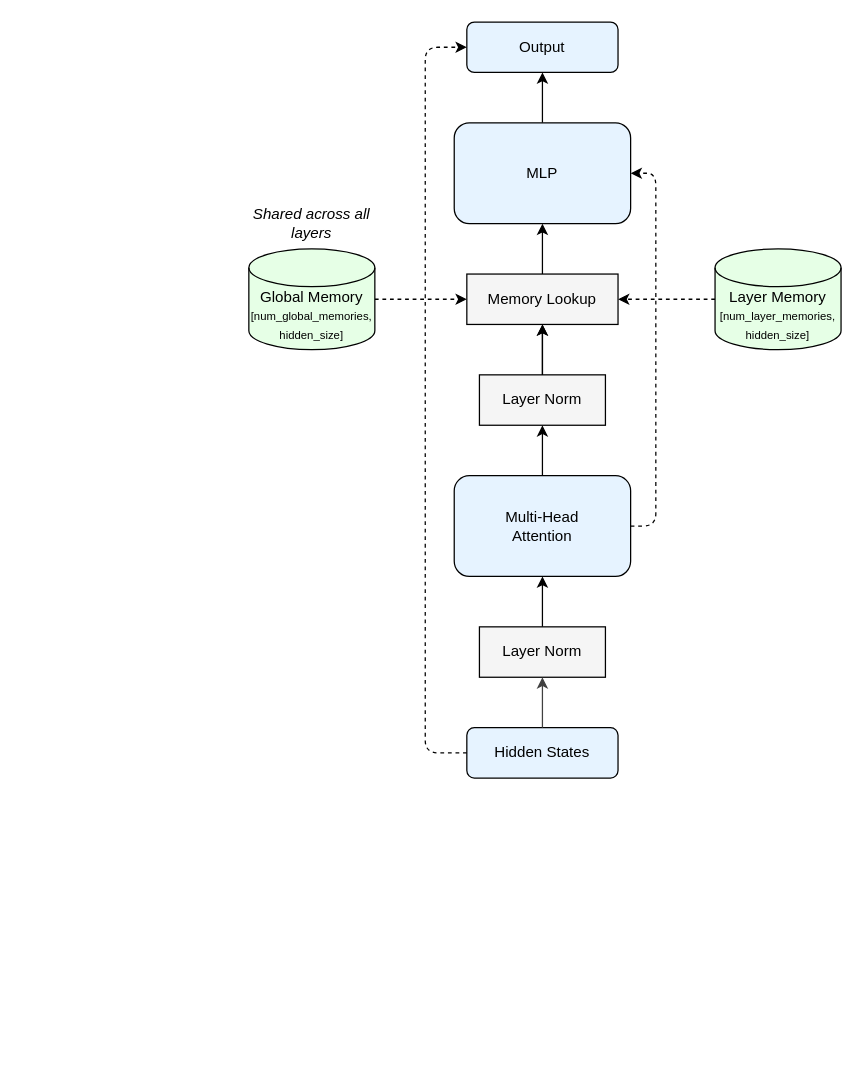
The draw.io diagram Memory Module Integration Diagram.drawio in nomadicsynth/neon-transformer, before the edit. Source tidied: cells renumbered, new cells numbered last; positions are measured from the earlier drawing's top-left corner, leaving out a move shared by most shapes. Both pictures are drawn from the tidied source at 126%, with x=0, y=0 at pixel (248, 21).
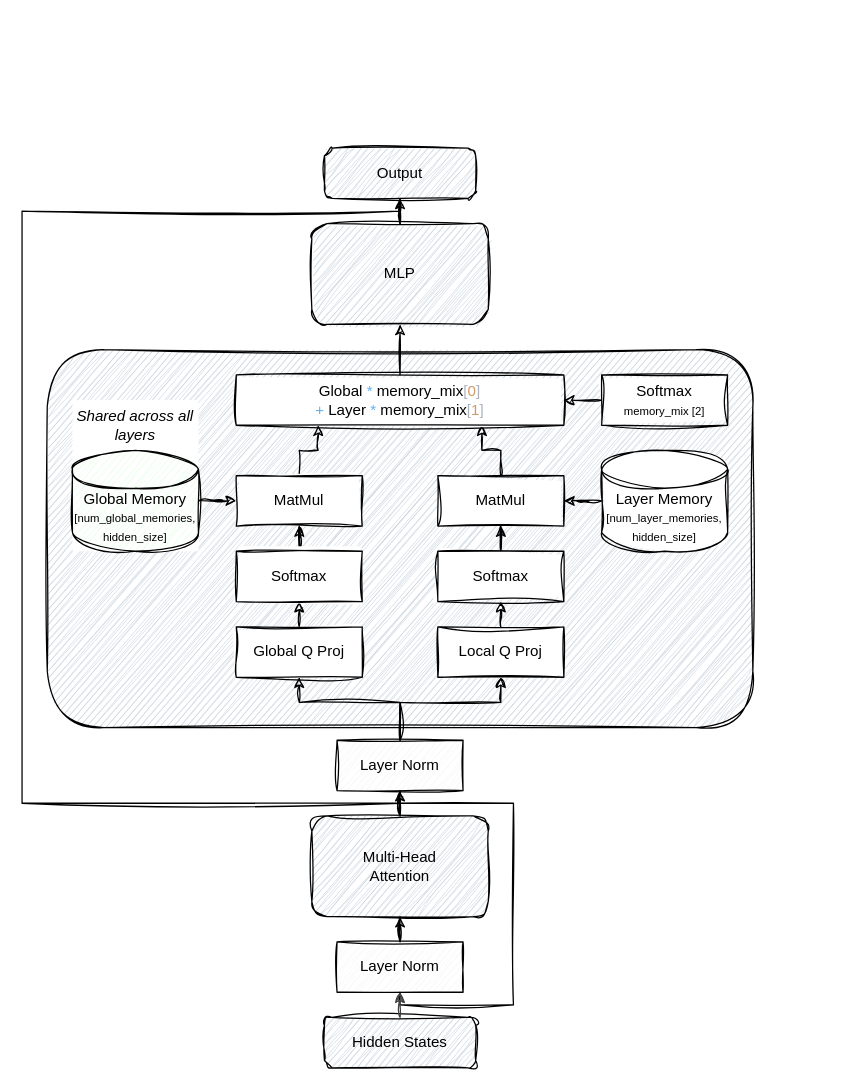
The same diagram, later.

The edit, as a diff of the source:
```diff
@@
+    <mxCell id="24" style="rounded=1;whiteSpace=wrap;html=1;sketch=1;hachureGap=4;jiggle=2;curveFitting=1;fontFamily=Helvetica;shadow=0;glass=0;strokeColor=#000000;align=center;verticalAlign=middle;fontSize=12;fontColor=default;fillColor=#C6D1DB;" parent="1" vertex="1">
+      <mxGeometry x="-160" y="260" width="560" height="300" as="geometry" />
+    </mxCell>
-    <mxCell id="2" value="Hidden States" style="rounded=1;whiteSpace=wrap;html=1;fillColor=#E6F3FF;strokeColor=#000000;" parent="1" vertex="1">
-      <mxGeometry x="173" y="560" width="120" height="40" as="geometry" />
+    <mxCell id="2" value="Hidden States" style="rounded=1;whiteSpace=wrap;html=1;fillColor=#C6D1DB;strokeColor=#000000;sketch=1;curveFitting=1;jiggle=2;shadow=0;glass=0;align=center;verticalAlign=middle;fontFamily=Helvetica;fontSize=12;fontColor=default;" parent="1" vertex="1">
+      <mxGeometry x="60" y="790" width="120" height="40" as="geometry" />
     </mxCell>
-    <mxCell id="3" style="edgeStyle=orthogonalEdgeStyle;rounded=0;jettySize=auto;html=1;" parent="1" edge="1" source="4" target="6">
+    <mxCell id="3" style="edgeStyle=orthogonalEdgeStyle;rounded=0;jettySize=auto;html=1;sketch=1;curveFitting=1;jiggle=2;" parent="1" edge="1" source="4" target="6">
       <mxGeometry relative="1" as="geometry" />
     </mxCell>
+    <mxCell id="25" style="edgeStyle=orthogonalEdgeStyle;rounded=0;jettySize=auto;html=1;exitX=0.5;exitY=1;exitDx=0;exitDy=0;entryX=0.5;entryY=0;entryDx=0;entryDy=0;strokeColor=default;align=center;verticalAlign=middle;fontFamily=Helvetica;fontSize=11;fontColor=default;labelBackgroundColor=default;endArrow=none;endFill=0;sketch=1;curveFitting=1;jiggle=2;curved=0;" parent="1" edge="1" source="4" target="6">
+      <mxGeometry relative="1" as="geometry">
+        <Array as="points">
+          <mxPoint x="120" y="780" />
+          <mxPoint x="210" y="780" />
+          <mxPoint x="210" y="620" />
+          <mxPoint x="120" y="620" />
+        </Array>
+      </mxGeometry>
+    </mxCell>
-    <mxCell id="4" value="Layer Norm" style="rounded=0;whiteSpace=wrap;html=1;fillColor=#F5F5F5;strokeColor=#000000;align=center;verticalAlign=middle;fontFamily=Helvetica;fontSize=12;fontColor=default;" parent="1" vertex="1">
-      <mxGeometry x="183" y="480" width="100" height="40" as="geometry" />
+    <mxCell id="4" value="Layer Norm" style="rounded=0;whiteSpace=wrap;html=1;fillColor=#F5F5F5;strokeColor=#000000;align=center;verticalAlign=middle;fontFamily=Helvetica;fontSize=12;fontColor=default;sketch=1;curveFitting=1;jiggle=2;" parent="1" vertex="1">
+      <mxGeometry x="70" y="730" width="100" height="40" as="geometry" />
     </mxCell>
-    <mxCell id="5" style="edgeStyle=orthogonalEdgeStyle;rounded=0;jettySize=auto;html=1;entryX=0.5;entryY=1;entryDx=0;entryDy=0;" parent="1" edge="1" source="6" target="10">
+    <mxCell id="5" style="edgeStyle=orthogonalEdgeStyle;rounded=0;jettySize=auto;html=1;entryX=0.5;entryY=1;entryDx=0;entryDy=0;sketch=1;curveFitting=1;jiggle=2;" parent="1" edge="1" source="6" target="10">
       <mxGeometry relative="1" as="geometry" />
     </mxCell>
-    <mxCell id="6" value="Multi-Head&#10;Attention" style="rounded=1;whiteSpace=wrap;html=1;fillColor=#E6F3FF;strokeColor=#000000;" parent="1" vertex="1">
-      <mxGeometry x="163" y="360" width="140" height="80" as="geometry" />
+    <mxCell id="6" value="Multi-Head&#10;Attention" style="rounded=1;whiteSpace=wrap;html=1;fillColor=#C6D1DB;strokeColor=#000000;sketch=1;curveFitting=1;jiggle=2;shadow=0;glass=0;align=center;verticalAlign=middle;fontFamily=Helvetica;fontSize=12;fontColor=default;" parent="1" vertex="1">
+      <mxGeometry x="50" y="630" width="140" height="80" as="geometry" />
     </mxCell>
-    <mxCell id="7" style="edgeStyle=orthogonalEdgeStyle;rounded=0;jettySize=auto;html=1;" parent="1" edge="1" source="21" target="13">
-      <mxGeometry relative="1" as="geometry" />
-    </mxCell>
-    <mxCell id="8" style="edgeStyle=orthogonalEdgeStyle;rounded=0;jettySize=auto;html=1;dashed=1;exitX=1;exitY=0.5;exitDx=0;exitDy=0;exitPerimeter=0;entryX=0;entryY=0.5;entryDx=0;entryDy=0;" parent="1" edge="1" source="17" target="21">
-      <mxGeometry relative="1" as="geometry" />
-    </mxCell>
-    <mxCell id="9" style="edgeStyle=orthogonalEdgeStyle;rounded=0;jettySize=auto;html=1;dashed=1;entryX=1;entryY=0.5;entryDx=0;entryDy=0;exitX=0;exitY=0.5;exitDx=0;exitDy=0;exitPerimeter=0;" parent="1" edge="1" source="11" target="21">
-      <mxGeometry relative="1" as="geometry" />
-    </mxCell>
+    <mxCell id="26" style="edgeStyle=orthogonalEdgeStyle;rounded=0;jettySize=auto;html=1;exitX=0.5;exitY=0;exitDx=0;exitDy=0;entryX=0.5;entryY=1;entryDx=0;entryDy=0;sketch=1;curveFitting=1;jiggle=2;" parent="1" edge="1" source="10" target="33">
+      <mxGeometry relative="1" as="geometry">
+        <Array as="points">
+          <mxPoint x="120" y="540" />
+          <mxPoint x="40" y="540" />
+        </Array>
+      </mxGeometry>
+    </mxCell>
+    <mxCell id="27" style="edgeStyle=orthogonalEdgeStyle;rounded=0;jettySize=auto;html=1;entryX=0.5;entryY=1;entryDx=0;entryDy=0;sketch=1;curveFitting=1;jiggle=2;" parent="1" edge="1" source="10" target="31">
+      <mxGeometry relative="1" as="geometry">
+        <Array as="points">
+          <mxPoint x="120" y="540" />
+          <mxPoint x="200" y="540" />
+        </Array>
+      </mxGeometry>
+    </mxCell>
+    <mxCell id="28" style="edgeStyle=orthogonalEdgeStyle;rounded=0;jettySize=auto;html=1;exitX=0.5;exitY=1;exitDx=0;exitDy=0;entryX=0.5;entryY=0;entryDx=0;entryDy=0;strokeColor=default;align=center;verticalAlign=middle;fontFamily=Helvetica;fontSize=11;fontColor=default;labelBackgroundColor=default;endArrow=none;endFill=0;sketch=1;curveFitting=1;jiggle=2;curved=0;" parent="1" edge="1" source="10" target="13">
+      <mxGeometry relative="1" as="geometry">
+        <Array as="points">
+          <mxPoint x="120" y="620" />
+          <mxPoint x="-180" y="620" />
+          <mxPoint x="-180" y="150" />
+          <mxPoint x="120" y="150" />
+        </Array>
+      </mxGeometry>
+    </mxCell>
-    <mxCell id="10" value="Layer Norm" style="rounded=0;whiteSpace=wrap;html=1;fillColor=#F5F5F5;strokeColor=#000000;" parent="1" vertex="1">
-      <mxGeometry x="183" y="280" width="100" height="40" as="geometry" />
+    <mxCell id="10" value="Layer Norm" style="rounded=0;whiteSpace=wrap;html=1;fillColor=#F5F5F5;strokeColor=#000000;sketch=1;curveFitting=1;jiggle=2;" parent="1" vertex="1">
+      <mxGeometry x="70" y="570" width="100" height="40" as="geometry" />
     </mxCell>
+    <mxCell id="29" style="edgeStyle=orthogonalEdgeStyle;rounded=0;jettySize=auto;html=1;entryX=1;entryY=0.5;entryDx=0;entryDy=0;sketch=1;curveFitting=1;jiggle=2;" parent="1" edge="1" source="11" target="42">
+      <mxGeometry relative="1" as="geometry" />
+    </mxCell>
-    <mxCell id="11" value="Layer Memory&lt;br&gt;&lt;font style=&quot;font-size: 9px;&quot;&gt;[num_layer_memories, hidden_size]&lt;/font&gt;" style="shape=cylinder3;whiteSpace=wrap;html=1;boundedLbl=1;backgroundOutline=1;size=15;fillColor=#E6FFE6;strokeColor=#000000;" parent="1" vertex="1">
-      <mxGeometry x="370" y="180" width="100" height="80" as="geometry" />
+    <mxCell id="11" value="Layer Memory&lt;br&gt;&lt;font style=&quot;font-size: 9px;&quot;&gt;[num_layer_memories, hidden_size]&lt;/font&gt;" style="shape=cylinder3;whiteSpace=wrap;html=1;boundedLbl=1;backgroundOutline=1;size=15;fillColor=default;strokeColor=#000000;sketch=1;curveFitting=1;jiggle=2;" parent="1" vertex="1">
+      <mxGeometry x="280" y="340" width="100" height="80" as="geometry" />
     </mxCell>
-    <mxCell id="12" style="edgeStyle=orthogonalEdgeStyle;rounded=0;jettySize=auto;html=1;exitX=0.5;exitY=0;exitDx=0;exitDy=0;" parent="1" edge="1" source="13" target="14">
+    <mxCell id="12" style="edgeStyle=orthogonalEdgeStyle;rounded=0;jettySize=auto;html=1;exitX=0.5;exitY=0;exitDx=0;exitDy=0;sketch=1;curveFitting=1;jiggle=2;" parent="1" edge="1" source="13" target="14">
       <mxGeometry relative="1" as="geometry" />
     </mxCell>
-    <mxCell id="13" value="MLP" style="rounded=1;whiteSpace=wrap;html=1;fillColor=#E6F3FF;strokeColor=#000000;" parent="1" vertex="1">
-      <mxGeometry x="163" y="80" width="140" height="80" as="geometry" />
+    <mxCell id="13" value="MLP" style="rounded=1;whiteSpace=wrap;html=1;fillColor=#C6D1DB;strokeColor=#000000;glass=0;shadow=0;sketch=1;curveFitting=1;jiggle=2;" parent="1" vertex="1">
+      <mxGeometry x="50" y="160" width="140" height="80" as="geometry" />
     </mxCell>
-    <mxCell id="14" value="Output" style="rounded=1;whiteSpace=wrap;html=1;fillColor=#E6F3FF;strokeColor=#000000;" parent="1" vertex="1">
-      <mxGeometry x="173" width="120" height="40" as="geometry" />
+    <mxCell id="14" value="Output" style="rounded=1;whiteSpace=wrap;html=1;fillColor=#C6D1DB;strokeColor=#000000;sketch=1;curveFitting=1;jiggle=2;shadow=0;glass=0;align=center;verticalAlign=middle;fontFamily=Helvetica;fontSize=12;fontColor=default;" parent="1" vertex="1">
+      <mxGeometry x="60" y="100" width="120" height="40" as="geometry" />
     </mxCell>
-    <mxCell id="15" style="endArrow=classic;html=1;strokeColor=#404040;" parent="1" edge="1" source="2" target="4">
+    <mxCell id="15" style="endArrow=classic;html=1;strokeColor=#404040;sketch=1;curveFitting=1;jiggle=2;" parent="1" edge="1" source="2" target="4">
       <mxGeometry relative="1" as="geometry" />
     </mxCell>
-    <mxCell id="16" style="group;" parent="1" vertex="1">
-      <mxGeometry y="150" width="100" height="110" as="geometry" />
-    </mxCell>
+    <mxCell id="30" style="edgeStyle=orthogonalEdgeStyle;rounded=0;jettySize=auto;html=1;exitX=0.5;exitY=0;exitDx=0;exitDy=0;entryX=0.5;entryY=1;entryDx=0;entryDy=0;sketch=1;curveFitting=1;jiggle=2;" parent="1" edge="1" source="31" target="37">
+      <mxGeometry relative="1" as="geometry" />
+    </mxCell>
+    <mxCell id="31" value="Local Q Proj" style="rounded=0;whiteSpace=wrap;html=1;fillColor=default;strokeColor=#000000;sketch=1;curveFitting=1;jiggle=2;" parent="1" vertex="1">
+      <mxGeometry x="150" y="480" width="100" height="40" as="geometry" />
+    </mxCell>
+    <mxCell id="32" style="edgeStyle=orthogonalEdgeStyle;rounded=0;jettySize=auto;html=1;exitX=0.5;exitY=0;exitDx=0;exitDy=0;entryX=0.5;entryY=1;entryDx=0;entryDy=0;sketch=1;curveFitting=1;jiggle=2;" parent="1" edge="1" source="33" target="35">
+      <mxGeometry relative="1" as="geometry" />
+    </mxCell>
+    <mxCell id="33" value="Global Q&amp;nbsp;Proj" style="rounded=0;whiteSpace=wrap;html=1;fillColor=default;strokeColor=#000000;sketch=1;curveFitting=1;jiggle=2;" parent="1" vertex="1">
+      <mxGeometry x="-10" y="480" width="100" height="40" as="geometry" />
+    </mxCell>
+    <mxCell id="34" style="edgeStyle=orthogonalEdgeStyle;rounded=0;jettySize=auto;html=1;entryX=0.5;entryY=1;entryDx=0;entryDy=0;sketch=1;curveFitting=1;jiggle=2;" parent="1" edge="1" source="35" target="40">
+      <mxGeometry relative="1" as="geometry" />
+    </mxCell>
+    <mxCell id="35" value="Softmax" style="rounded=0;whiteSpace=wrap;html=1;fillColor=default;strokeColor=#000000;sketch=1;curveFitting=1;jiggle=2;" parent="1" vertex="1">
+      <mxGeometry x="-10" y="420" width="100" height="40" as="geometry" />
+    </mxCell>
+    <mxCell id="36" style="edgeStyle=orthogonalEdgeStyle;rounded=0;jettySize=auto;html=1;entryX=0.5;entryY=1;entryDx=0;entryDy=0;sketch=1;curveFitting=1;jiggle=2;" parent="1" edge="1" source="37" target="42">
+      <mxGeometry relative="1" as="geometry" />
+    </mxCell>
+    <mxCell id="37" value="Softmax" style="rounded=0;whiteSpace=wrap;html=1;fillColor=default;strokeColor=#000000;sketch=1;curveFitting=1;jiggle=2;" parent="1" vertex="1">
+      <mxGeometry x="150" y="420" width="100" height="40" as="geometry" />
+    </mxCell>
+    <mxCell id="38" style="edgeStyle=orthogonalEdgeStyle;rounded=0;jettySize=auto;html=1;entryX=0;entryY=0.5;entryDx=0;entryDy=0;sketch=1;curveFitting=1;jiggle=2;" parent="1" edge="1" source="17" target="40">
+      <mxGeometry relative="1" as="geometry" />
+    </mxCell>
+    <mxCell id="39" style="edgeStyle=orthogonalEdgeStyle;rounded=0;jettySize=auto;html=1;exitX=0.5;exitY=0;exitDx=0;exitDy=0;entryX=0.25;entryY=1;entryDx=0;entryDy=0;sketch=1;curveFitting=1;jiggle=2;" parent="1" edge="1" source="40" target="44">
+      <mxGeometry relative="1" as="geometry" />
+    </mxCell>
+    <mxCell id="40" value="MatMul" style="rounded=0;whiteSpace=wrap;html=1;fillColor=default;strokeColor=#000000;sketch=1;curveFitting=1;jiggle=2;" parent="1" vertex="1">
+      <mxGeometry x="-10" y="360" width="100" height="40" as="geometry" />
+    </mxCell>
+    <mxCell id="41" style="edgeStyle=orthogonalEdgeStyle;rounded=0;jettySize=auto;html=1;exitX=0.5;exitY=0;exitDx=0;exitDy=0;entryX=0.75;entryY=1;entryDx=0;entryDy=0;sketch=1;curveFitting=1;jiggle=2;" parent="1" edge="1" source="42" target="44">
+      <mxGeometry relative="1" as="geometry" />
+    </mxCell>
+    <mxCell id="42" value="MatMul" style="rounded=0;whiteSpace=wrap;html=1;fillColor=default;strokeColor=#000000;sketch=1;curveFitting=1;jiggle=2;" parent="1" vertex="1">
+      <mxGeometry x="150" y="360" width="100" height="40" as="geometry" />
+    </mxCell>
+    <mxCell id="43" style="edgeStyle=orthogonalEdgeStyle;rounded=0;jettySize=auto;html=1;exitX=0.5;exitY=0;exitDx=0;exitDy=0;entryX=0.5;entryY=1;entryDx=0;entryDy=0;sketch=1;curveFitting=1;jiggle=2;" parent="1" edge="1" source="44" target="13">
+      <mxGeometry relative="1" as="geometry" />
+    </mxCell>
+    <mxCell id="44" value="Global&amp;nbsp;&lt;span style=&quot;color: rgb(97, 175, 239);&quot; class=&quot;token&quot;&gt;*&lt;/span&gt;&amp;nbsp;memory_mix&lt;span style=&quot;color: rgb(171, 178, 191);&quot; class=&quot;token&quot;&gt;[&lt;/span&gt;&lt;span style=&quot;color: rgb(209, 154, 102);&quot; class=&quot;token&quot;&gt;0&lt;/span&gt;&lt;span style=&quot;color: rgb(171, 178, 191);&quot; class=&quot;token&quot;&gt;]&lt;/span&gt; &lt;span style=&quot;color: rgb(97, 175, 239);&quot; class=&quot;token&quot;&gt;+&lt;/span&gt;&amp;nbsp;Layer&amp;nbsp;&lt;span style=&quot;color: rgb(97, 175, 239);&quot; class=&quot;token&quot;&gt;*&lt;/span&gt;&amp;nbsp;memory_mix&lt;span style=&quot;color: rgb(171, 178, 191);&quot; class=&quot;token&quot;&gt;[&lt;/span&gt;&lt;span style=&quot;color: rgb(209, 154, 102);&quot; class=&quot;token&quot;&gt;1&lt;/span&gt;&lt;span style=&quot;color: rgb(171, 178, 191);&quot; class=&quot;token&quot;&gt;]&lt;/span&gt;" style="rounded=0;whiteSpace=wrap;html=1;fillColor=default;strokeColor=#000000;sketch=1;curveFitting=1;jiggle=2;fillStyle=solid;" parent="1" vertex="1">
+      <mxGeometry x="-10" y="280" width="260" height="40" as="geometry" />
+    </mxCell>
+    <mxCell id="45" style="edgeStyle=orthogonalEdgeStyle;rounded=0;jettySize=auto;html=1;exitX=0;exitY=0.5;exitDx=0;exitDy=0;entryX=1;entryY=0.5;entryDx=0;entryDy=0;sketch=1;curveFitting=1;jiggle=2;" parent="1" edge="1" source="46" target="44">
+      <mxGeometry relative="1" as="geometry" />
+    </mxCell>
+    <mxCell id="46" value="Softmax&lt;div&gt;&lt;font style=&quot;font-size: 9px;&quot;&gt;memory_mix [2]&lt;/font&gt;&lt;/div&gt;" style="rounded=0;whiteSpace=wrap;html=1;fillColor=default;strokeColor=#000000;sketch=1;curveFitting=1;jiggle=2;" parent="1" vertex="1">
+      <mxGeometry x="280" y="280" width="100" height="40" as="geometry" />
+    </mxCell>
+    <mxCell id="47" style="group;fillColor=default;" parent="1" vertex="1">
+      <mxGeometry x="-140" y="300" width="100" height="120" as="geometry" />
+    </mxCell>
-    <mxCell id="17" value="Global Memory&lt;br&gt;&lt;font style=&quot;font-size: 9px;&quot;&gt;[num_global_memories, hidden_size]&lt;/font&gt;" style="shape=cylinder3;whiteSpace=wrap;html=1;boundedLbl=1;backgroundOutline=1;size=15;fillColor=#E6FFE6;strokeColor=#000000;" parent="16" vertex="1">
-      <mxGeometry y="30" width="100" height="80" as="geometry" />
+    <mxCell id="17" value="Global Memory&lt;br&gt;&lt;font style=&quot;font-size: 9px;&quot;&gt;[num_global_memories, hidden_size]&lt;/font&gt;" style="shape=cylinder3;whiteSpace=wrap;html=1;boundedLbl=1;backgroundOutline=1;size=15;fillColor=#E6FFE6;strokeColor=#000000;sketch=1;curveFitting=1;jiggle=2;" parent="47" vertex="1">
+      <mxGeometry y="40" width="100" height="80" as="geometry" />
     </mxCell>
-    <mxCell id="18" value="Shared across all layers" style="text;html=1;strokeColor=none;fillColor=none;align=center;verticalAlign=middle;whiteSpace=wrap;rounded=0;fontStyle=2;" parent="16" vertex="1">
-      <mxGeometry width="100" height="20" as="geometry" />
+    <mxCell id="18" value="Shared across all layers" style="text;html=1;strokeColor=none;fillColor=none;align=center;verticalAlign=middle;whiteSpace=wrap;rounded=0;fontStyle=2;sketch=1;curveFitting=1;jiggle=2;" parent="47" vertex="1">
+      <mxGeometry width="100" height="40" as="geometry" />
     </mxCell>
-    <mxCell id="19" style="edgeStyle=orthogonalEdgeStyle;rounded=0;jettySize=auto;html=1;" parent="1" edge="1" source="10" target="21">
-      <mxGeometry relative="1" as="geometry" />
-    </mxCell>
-    <mxCell id="20" style="edgeStyle=orthogonalEdgeStyle;rounded=0;jettySize=auto;html=1;" parent="1" edge="1" source="10" target="21">
-      <mxGeometry relative="1" as="geometry" />
-    </mxCell>
-    <mxCell id="21" value="Memory Lookup" style="rounded=0;whiteSpace=wrap;html=1;strokeColor=#000000;align=center;verticalAlign=middle;fontFamily=Helvetica;fontSize=12;fontColor=default;fillColor=#F5F5F5;" parent="1" vertex="1">
-      <mxGeometry x="173" y="200" width="120" height="40" as="geometry" />
-    </mxCell>
-    <mxCell id="22" style="edgeStyle=orthogonalEdgeStyle;rounded=1;jettySize=auto;html=1;dashed=1;exitX=0;exitY=0.5;exitDx=0;exitDy=0;entryX=0;entryY=0.5;entryDx=0;entryDy=0;curved=0;" parent="1" edge="1" source="2" target="14">
-      <mxGeometry relative="1" as="geometry">
-        <Array as="points">
-          <mxPoint x="140" y="580" />
-          <mxPoint x="140" y="20" />
-        </Array>
-      </mxGeometry>
-    </mxCell>
-    <mxCell id="23" style="edgeStyle=orthogonalEdgeStyle;rounded=1;jettySize=auto;html=1;dashed=1;exitX=1;exitY=0.5;exitDx=0;exitDy=0;entryX=1;entryY=0.5;entryDx=0;entryDy=0;curved=0;" parent="1" edge="1" source="6" target="13">
-      <mxGeometry relative="1" as="geometry" />
-    </mxCell>
```
